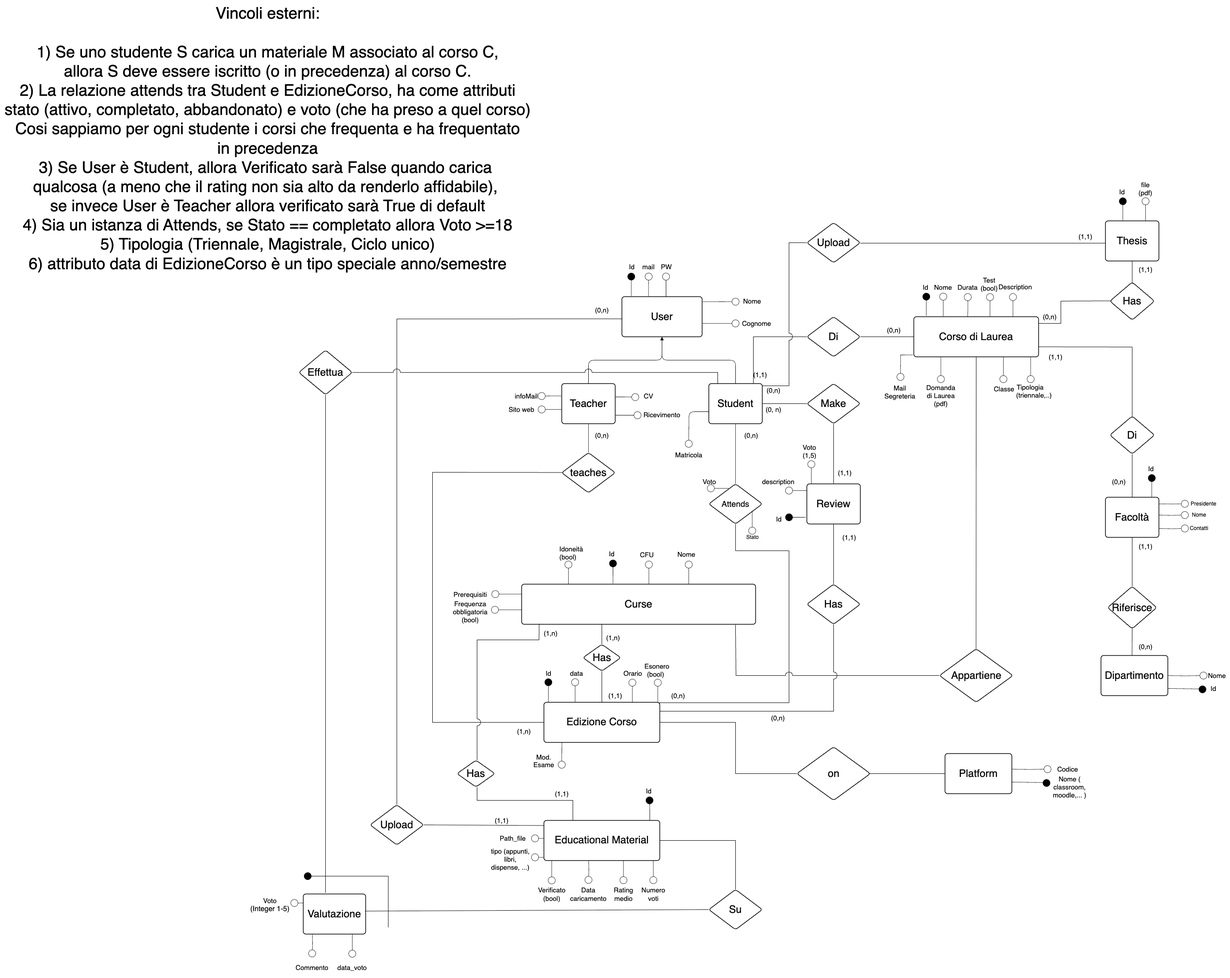
prollyyes/faqbuddy keeps this draw.io diagram as db/ER_FAQBuddy.drawio.png. Above is the earlier version. Source tidied: cells renumbered, new cells last; positions are measured from the earlier drawing's top-left corner, leaving out a move shared by most shapes.
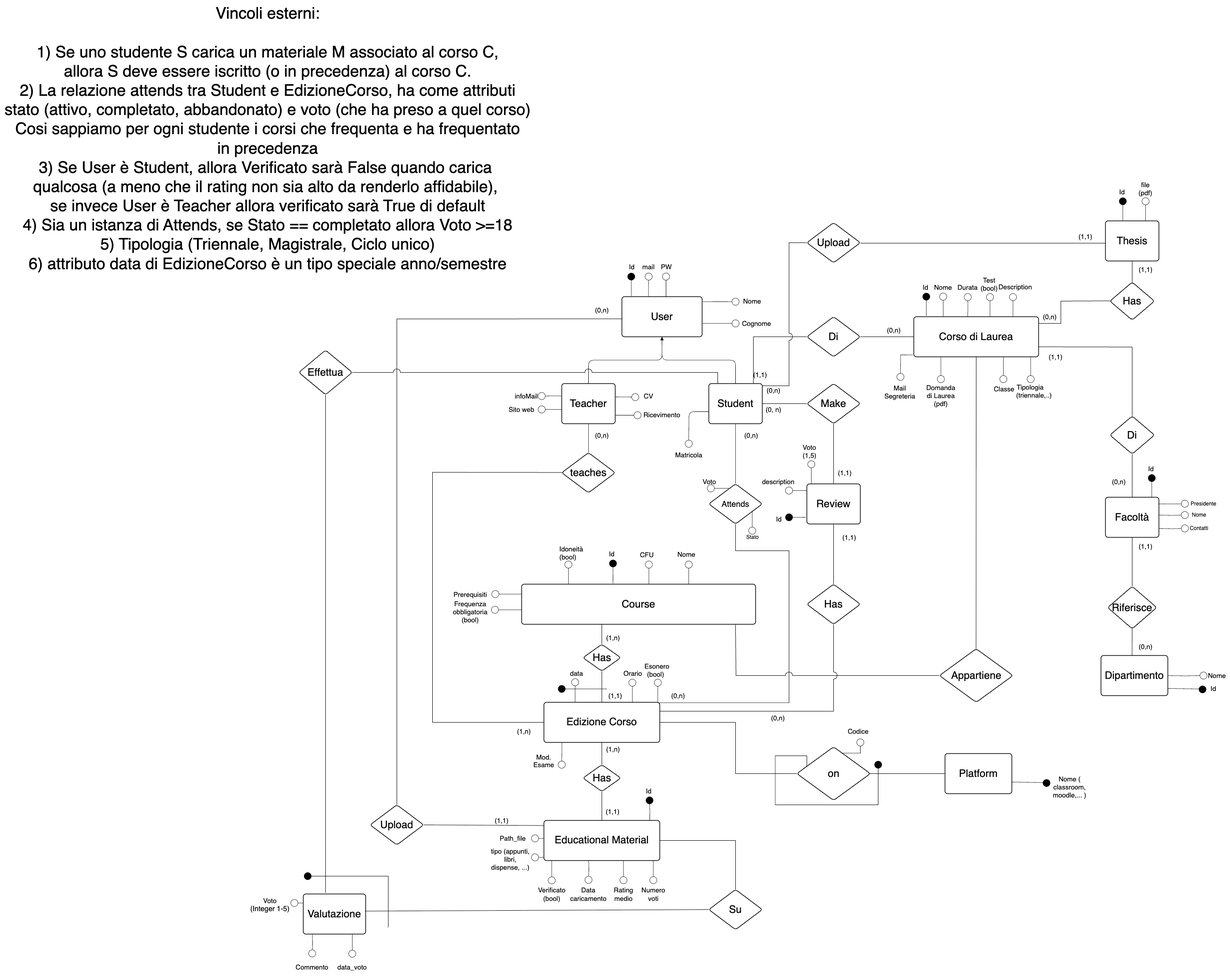
Above is the later version.

The edit, as a diff of the source:
```diff
@@ -59,7 +59,7 @@
     <mxCell id="14" value="Attends" style="html=1;overflow=block;blockSpacing=1;whiteSpace=wrap;rhombus;fontSize=18.3;align=center;spacing=3.8;strokeOpacity=100;rounded=1;absoluteArcSize=1;arcSize=12;strokeWidth=1.5;lucidId=53bq0ZVWEKm7;" parent="1" vertex="1">
       <mxGeometry x="1590" y="1085" width="120" height="90" as="geometry" />
     </mxCell>
-    <mxCell id="15" value="Curse" style="html=1;overflow=block;blockSpacing=1;whiteSpace=wrap;fontSize=23.3;align=center;spacing=9;strokeOpacity=100;rounded=1;absoluteArcSize=1;arcSize=12;strokeWidth=1.5;lucidId=r4bqCX~QoyMt;" parent="1" vertex="1">
+    <mxCell id="15" value="Course" style="html=1;overflow=block;blockSpacing=1;whiteSpace=wrap;fontSize=23.3;align=center;spacing=9;strokeOpacity=100;rounded=1;absoluteArcSize=1;arcSize=12;strokeWidth=1.5;lucidId=r4bqCX~QoyMt;" parent="1" vertex="1">
       <mxGeometry x="1170" y="1310" width="525" height="90" as="geometry" />
     </mxCell>
     <mxCell id="16" style="html=1;jettySize=18;whiteSpace=wrap;fontSize=13;strokeOpacity=100;strokeWidth=0.8;rounded=1;arcSize=24;edgeStyle=orthogonalEdgeStyle;startArrow=none;endArrow=none;exitX=0.5;exitY=0;exitPerimeter=0;entryX=0.5;entryY=1;entryPerimeter=0;lucidId=86bqMcM2fCf1;" parent="1" edge="1" source="14" target="10">
@@ -530,12 +530,16 @@
     </mxCell>
     <mxCell id="119" style="html=1;jettySize=18;whiteSpace=wrap;fontSize=13;strokeOpacity=100;strokeWidth=0.8;rounded=0;arcSize=24;edgeStyle=orthogonalEdgeStyle;startArrow=none;endArrow=oval;endFill=0;endSize=16;lucidId=L_bq1kCQhnvb;exitX=1.015;exitY=0.446;exitDx=0;exitDy=0;curved=0;exitPerimeter=0;" parent="1" edge="1">
       <mxGeometry relative="1" as="geometry">
-        <mxPoint x="2270" y="1725.1" as="sourcePoint" />
-        <mxPoint x="2350" y="1725" as="targetPoint" />
+        <mxPoint x="1890" y="1689.1" as="sourcePoint" />
+        <mxPoint x="1930" y="1665" as="targetPoint" />
+        <Array as="points">
+          <mxPoint x="1930" y="1689" />
+          <mxPoint x="1970" y="1690" />
+        </Array>
       </mxGeometry>
     </mxCell>
     <mxCell id="120" value="&lt;font style=&quot;font-size: 15px;&quot;&gt;Codice&lt;/font&gt;" style="text;html=1;align=center;verticalAlign=middle;strokeColor=none;fillColor=none;" parent="1" vertex="1">
-      <mxGeometry x="2360" y="1710" width="70" height="30" as="geometry" />
+      <mxGeometry x="1890" y="1625" width="70" height="30" as="geometry" />
     </mxCell>
     <mxCell id="121" style="html=1;jettySize=18;whiteSpace=wrap;fontSize=13;strokeOpacity=100;strokeWidth=0.8;rounded=1;arcSize=24;edgeStyle=orthogonalEdgeStyle;startArrow=none;endArrow=oval;endFill=0;endSize=16;exitX=-0.006;exitY=0.5;exitPerimeter=0;lucidId=abcq19qq327r;" parent="1" edge="1">
       <mxGeometry relative="1" as="geometry">
@@ -784,16 +788,13 @@
     </mxCell>
     <mxCell id="181" style="html=1;jettySize=18;whiteSpace=wrap;fontSize=13;strokeOpacity=100;strokeWidth=0.8;rounded=0;arcSize=24;edgeStyle=orthogonalEdgeStyle;startArrow=none;endArrow=oval;endFill=1;endSize=16;lucidId=L_bq0iqnaQLT;curved=0;" parent="1" edge="1">
       <mxGeometry relative="1" as="geometry">
-        <mxPoint x="1230" y="1575" as="sourcePoint" />
-        <mxPoint x="1230" y="1530" as="targetPoint" />
+        <mxPoint x="1361.5" y="1545" as="sourcePoint" />
+        <mxPoint x="1261.5" y="1545" as="targetPoint" />
         <Array as="points">
-          <mxPoint x="1230" y="1575" />
+          <mxPoint x="1260" y="1545" />
         </Array>
       </mxGeometry>
     </mxCell>
-    <mxCell id="182" value="&lt;font style=&quot;font-size: 15px;&quot;&gt;Id&lt;/font&gt;" style="text;html=1;align=center;verticalAlign=middle;strokeColor=none;fillColor=none;" parent="1" vertex="1">
-      <mxGeometry x="1210" y="1495" width="40" height="30" as="geometry" />
-    </mxCell>
     <mxCell id="183" style="html=1;jettySize=18;whiteSpace=wrap;fontSize=13;strokeOpacity=100;strokeWidth=0.8;rounded=1;arcSize=24;edgeStyle=orthogonalEdgeStyle;startArrow=none;endArrow=oval;endFill=0;endSize=16;entryX=0.5;entryY=1;entryPerimeter=0;lucidId=l.bqBBU5Y6BJ;" parent="1" edge="1">
       <mxGeometry relative="1" as="geometry">
         <mxPoint x="1290" y="1574" as="sourcePoint" />
@@ -849,31 +850,21 @@
       <mxGeometry x="1190" y="1690" width="60" height="36" as="geometry" />
     </mxCell>
     <mxCell id="194" value="Has" style="html=1;overflow=block;blockSpacing=1;whiteSpace=wrap;rhombus;fontSize=23.3;align=center;spacing=3.8;strokeOpacity=100;rounded=1;absoluteArcSize=1;arcSize=12;strokeWidth=1.5;lucidId=L.bqj6yl~tmL;" parent="1" vertex="1">
-      <mxGeometry x="1025" y="1705" width="85" height="60" as="geometry" />
+      <mxGeometry x="1307.5" y="1715" width="85" height="60" as="geometry" />
     </mxCell>
-    <mxCell id="195" style="endArrow=none;html=1;rounded=0;exitX=0.25;exitY=0;exitDx=0;exitDy=0;" parent="1" edge="1" source="26">
+    <mxCell id="195" style="endArrow=none;html=1;rounded=0;exitX=0.25;exitY=0;exitDx=0;exitDy=0;entryX=0.5;entryY=1;entryDx=0;entryDy=0;" parent="1" edge="1" target="194">
       <mxGeometry relative="1" as="geometry">
-        <mxPoint x="1070" y="1765" as="targetPoint" />
+        <mxPoint x="1350" y="1840" as="sourcePoint" />
         <Array as="points">
-          <mxPoint x="1285" y="1795" />
-          <mxPoint x="1070" y="1795" />
+          <mxPoint x="1350" y="1795" />
         </Array>
       </mxGeometry>
     </mxCell>
-    <mxCell id="196" style="endArrow=none;html=1;rounded=0;entryX=0.075;entryY=0.989;entryDx=0;entryDy=0;entryPerimeter=0;jumpStyle=arc;jumpSize=16;" parent="1" edge="1" target="15">
-      <mxGeometry relative="1" as="geometry">
-        <mxPoint x="1070" y="1705" as="sourcePoint" />
-        <Array as="points">
-          <mxPoint x="1070" y="1435" />
-          <mxPoint x="1209" y="1435" />
-        </Array>
-      </mxGeometry>
-    </mxCell>
     <mxCell id="197" value="&lt;font style=&quot;font-size: 15px;&quot;&gt;(1,n)&lt;/font&gt;" style="text;html=1;align=center;verticalAlign=middle;strokeColor=none;fillColor=none;" parent="1" vertex="1">
-      <mxGeometry x="1210" y="1405" width="50" height="30" as="geometry" />
+      <mxGeometry x="1350" y="1665" width="50" height="30" as="geometry" />
     </mxCell>
     <mxCell id="198" value="&lt;font style=&quot;font-size: 15px;&quot;&gt;(1,1)&lt;/font&gt;" style="text;html=1;align=center;verticalAlign=middle;strokeColor=none;fillColor=none;" parent="1" vertex="1">
-      <mxGeometry x="1235" y="1765" width="50" height="30" as="geometry" />
+      <mxGeometry x="1348.5" y="1805" width="50" height="30" as="geometry" />
     </mxCell>
     <mxCell id="199" style="endArrow=none;html=1;rounded=0;entryX=1;entryY=0.5;entryDx=0;entryDy=0;" parent="1" edge="1" target="26">
       <mxGeometry relative="1" as="geometry">
@@ -892,5 +883,25 @@
     <mxCell id="201" value="&lt;font style=&quot;font-size: 15px;&quot;&gt;Voto&lt;/font&gt;" style="text;html=1;align=center;verticalAlign=middle;strokeColor=none;fillColor=none;" parent="1" vertex="1">
       <mxGeometry x="1565.5" y="1065" width="50" height="30" as="geometry" />
     </mxCell>
+    <mxCell id="202" style="endArrow=none;html=1;rounded=0;entryX=0.5;entryY=1;entryDx=0;entryDy=0;" parent="1" edge="1">
+      <mxGeometry relative="1" as="geometry">
+        <mxPoint x="1350" y="1715" as="sourcePoint" />
+        <mxPoint x="1350" y="1665" as="targetPoint" />
+        <Array as="points">
+          <mxPoint x="1350" y="1685" />
+        </Array>
+      </mxGeometry>
+    </mxCell>
+    <mxCell id="203" style="html=1;jettySize=18;whiteSpace=wrap;fontSize=13;strokeOpacity=100;strokeWidth=0.8;rounded=0;arcSize=24;edgeStyle=orthogonalEdgeStyle;startArrow=none;endArrow=oval;endFill=1;endSize=16;lucidId=L_bq0iqnaQLT;curved=0;exitX=0.358;exitY=-0.001;exitDx=0;exitDy=0;exitPerimeter=0;" parent="1" edge="1">
+      <mxGeometry relative="1" as="geometry">
+        <mxPoint x="1810" y="1720" as="sourcePoint" />
+        <mxPoint x="1970" y="1715" as="targetPoint" />
+        <Array as="points">
+          <mxPoint x="1810" y="1695" />
+          <mxPoint x="1739" y="1695" />
+          <mxPoint x="1739" y="1805" />
+        </Array>
+      </mxGeometry>
+    </mxCell>
   </root>
 </mxGraphModel>
```
